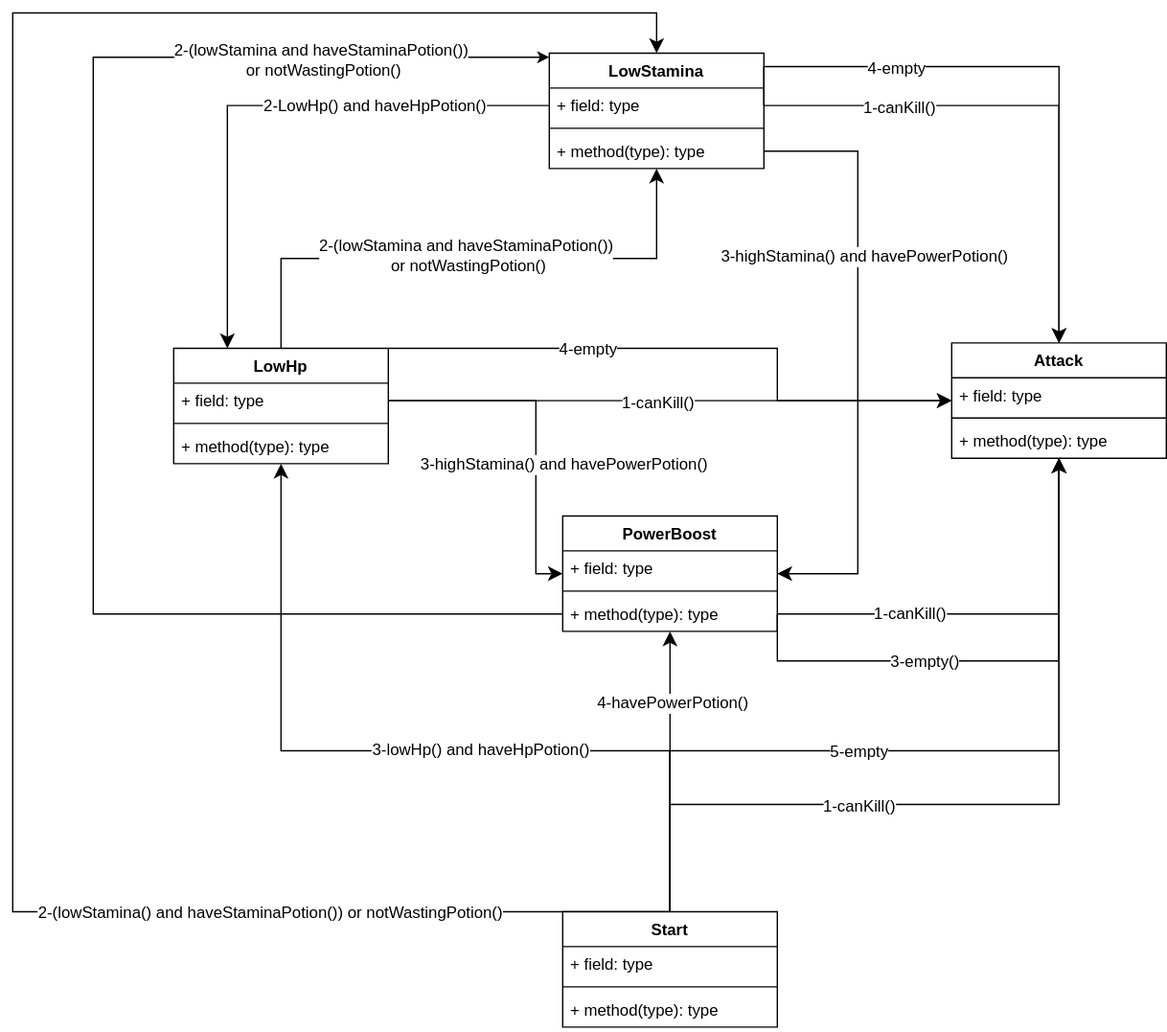
This is Umls/fsm.drawio.svg from amir-samiee/iustz, a draw.io export, as it was before one commit. Source tidied: cells renumbered, new cells last; positions are measured from the earlier drawing's top-left corner, leaving out a move shared by most shapes.
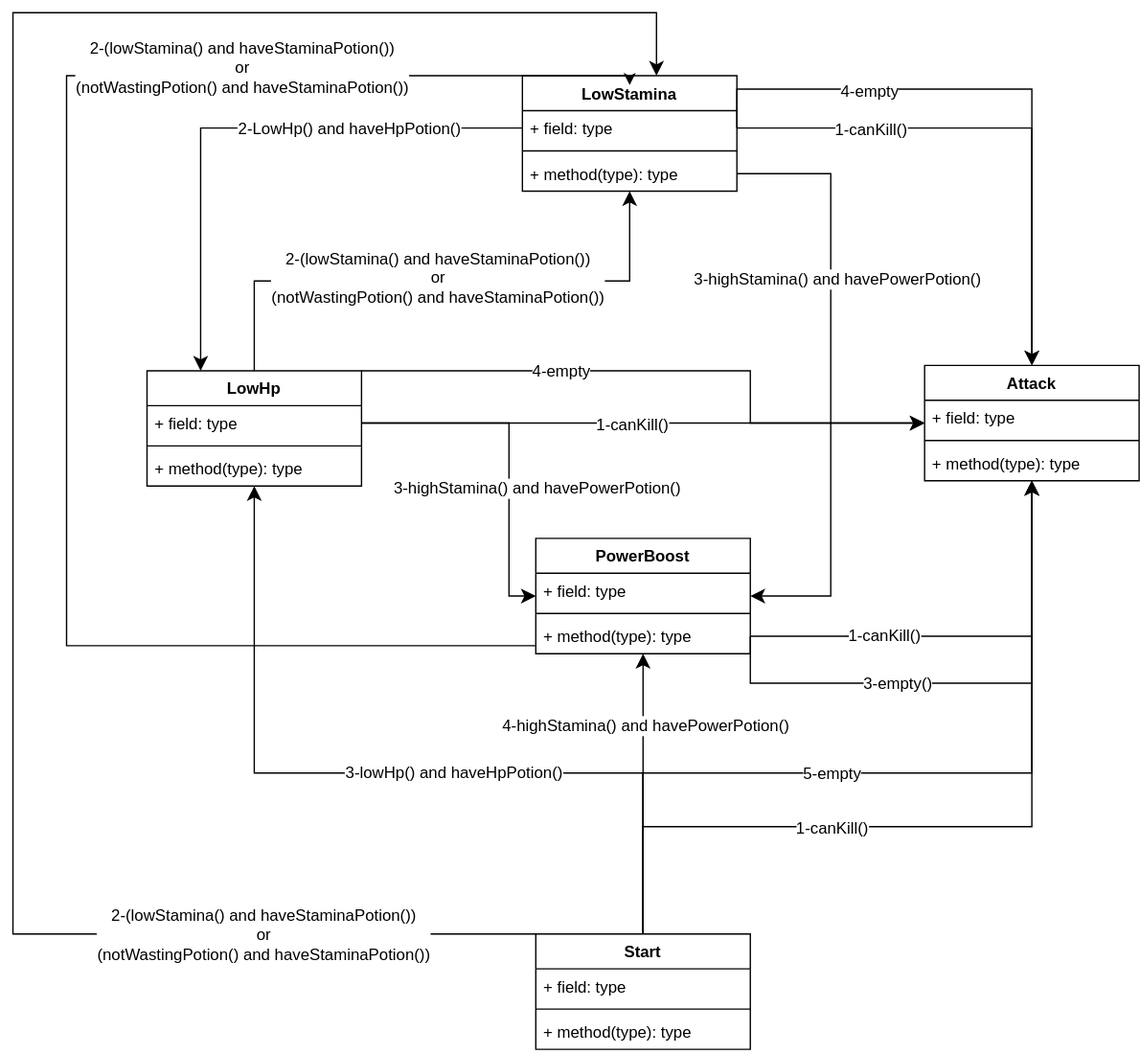
The same diagram one commit later.

Commit message:
minor change fsm uml

Change to the diagram source:
```diff
@@ -5,7 +5,7 @@
     <mxCell id="2" style="edgeStyle=orthogonalEdgeStyle;rounded=0;jettySize=auto;html=1;exitX=0.5;exitY=0;exitDx=0;exitDy=0;fontSize=12;startSize=8;endSize=8;" parent="1" edge="1" source="6" target="18">
       <mxGeometry relative="1" as="geometry" />
     </mxCell>
-    <mxCell id="3" value="2-(lowStamina and haveStaminaPotion())&lt;div&gt;&amp;nbsp;or notWastingPotion()&lt;br&gt;&lt;/div&gt;" style="edgeLabel;html=1;align=center;verticalAlign=middle;fontSize=12;" parent="2" vertex="1">
+    <mxCell id="3" value="&lt;div&gt;2-(lowStamina() and haveStaminaPotion())&lt;br&gt;or&lt;/div&gt;&lt;div&gt;(notWastingPotion() and haveStaminaPotion())&lt;br&gt;&lt;/div&gt;" style="edgeLabel;html=1;align=center;verticalAlign=middle;fontSize=12;" parent="2" vertex="1">
       <mxGeometry x="0.06" y="4" relative="1" as="geometry">
         <mxPoint x="-16" y="1" as="offset" />
       </mxGeometry>
@@ -72,7 +72,7 @@
     <mxCell id="22" style="edgeStyle=orthogonalEdgeStyle;rounded=0;jettySize=auto;html=1;exitX=0.5;exitY=0;exitDx=0;exitDy=0;fontSize=12;startSize=8;endSize=8;" parent="1" edge="1" source="32" target="10">
       <mxGeometry relative="1" as="geometry" />
     </mxCell>
-    <mxCell id="23" value="4-havePowerPotion()" style="edgeLabel;html=1;align=center;verticalAlign=middle;fontSize=12;" parent="22" vertex="1">
+    <mxCell id="23" value="4-highStamina() and havePowerPotion()" style="edgeLabel;html=1;align=center;verticalAlign=middle;fontSize=12;" parent="22" vertex="1">
       <mxGeometry x="0.49" y="-1" relative="1" as="geometry" />
     </mxCell>
     <mxCell id="24" style="edgeStyle=orthogonalEdgeStyle;rounded=0;jettySize=auto;html=1;exitX=0.5;exitY=0;exitDx=0;exitDy=0;fontSize=12;startSize=8;endSize=8;" parent="1" edge="1" source="32" target="6">
@@ -110,16 +110,18 @@
     <mxCell id="29" value="1-canKill()" style="edgeLabel;html=1;align=center;verticalAlign=middle;fontSize=12;" parent="28" vertex="1">
       <mxGeometry x="-0.3" y="-1" relative="1" as="geometry" />
     </mxCell>
-    <mxCell id="30" style="edgeStyle=orthogonalEdgeStyle;rounded=0;jettySize=auto;html=1;exitX=0.5;exitY=0;exitDx=0;exitDy=0;fontSize=12;startSize=8;endSize=8;" parent="1" edge="1" source="32" target="18">
+    <mxCell id="30" style="edgeStyle=orthogonalEdgeStyle;rounded=0;orthogonalLoop=1;jettySize=auto;html=1;exitX=0.5;exitY=0;exitDx=0;exitDy=0;fontSize=12;startSize=8;endSize=8;" parent="1" edge="1">
       <mxGeometry relative="1" as="geometry">
+        <mxPoint x="510" y="670" as="sourcePoint" />
+        <mxPoint x="500" y="30" as="targetPoint" />
         <Array as="points">
-          <mxPoint y="670" />
-          <mxPoint />
-          <mxPoint x="480" />
+          <mxPoint x="20" y="670" />
+          <mxPoint x="20" y="-17" />
+          <mxPoint x="500" y="-17" />
         </Array>
       </mxGeometry>
     </mxCell>
-    <mxCell id="31" value="2-(lowStamina() and haveStaminaPotion()) or notWastingPotion()" style="edgeLabel;html=1;align=center;verticalAlign=middle;fontSize=12;" parent="30" vertex="1">
+    <mxCell id="31" value="2-(lowStamina() and haveStaminaPotion()) &lt;br&gt;or&lt;div&gt;(notWastingPotion() and haveStaminaPotion())&lt;/div&gt;" style="edgeLabel;html=1;align=center;verticalAlign=middle;fontSize=12;" parent="30" vertex="1">
       <mxGeometry x="-0.73" y="-3" relative="1" as="geometry">
         <mxPoint x="-73" y="3" as="offset" />
       </mxGeometry>
@@ -214,16 +216,21 @@
     <mxCell id="51" value="&lt;span style=&quot;font-size: 12px;&quot;&gt;1-canKill()&lt;/span&gt;" style="edgeLabel;html=1;align=center;verticalAlign=middle;" parent="50" vertex="1">
       <mxGeometry x="-0.39" y="1" relative="1" as="geometry" />
     </mxCell>
-    <mxCell id="52" style="edgeStyle=orthogonalEdgeStyle;rounded=0;jettySize=auto;html=1;exitX=0;exitY=0.5;exitDx=0;exitDy=0;" parent="1" edge="1" source="13" target="18">
+    <mxCell id="52" style="edgeStyle=orthogonalEdgeStyle;rounded=0;orthogonalLoop=1;jettySize=auto;html=1;exitX=0;exitY=0.5;exitDx=0;exitDy=0;" parent="1" edge="1">
       <mxGeometry relative="1" as="geometry">
+        <mxPoint x="410" y="455" as="sourcePoint" />
+        <mxPoint x="480" y="37" as="targetPoint" />
         <Array as="points">
-          <mxPoint x="60" y="448" />
-          <mxPoint x="60" y="33" />
+          <mxPoint x="60" y="455" />
+          <mxPoint x="60" y="30" />
+          <mxPoint x="480" y="30" />
         </Array>
       </mxGeometry>
     </mxCell>
-    <mxCell id="53" value="&lt;span style=&quot;font-size: 12px;&quot;&gt;2-(lowStamina and haveStaminaPotion())&lt;/span&gt;&lt;div style=&quot;font-size: 12px;&quot;&gt;&amp;nbsp;or notWastingPotion()&lt;/div&gt;" style="edgeLabel;html=1;align=center;verticalAlign=middle;" parent="52" vertex="1">
-      <mxGeometry x="0.69" y="-1" relative="1" as="geometry" />
+    <mxCell id="53" value="&lt;span style=&quot;font-size: 12px;&quot;&gt;2-(lowStamina() and haveStaminaPotion())&lt;/span&gt;&lt;br style=&quot;font-size: 12px;&quot;&gt;&lt;span style=&quot;font-size: 12px;&quot;&gt;or&lt;/span&gt;&lt;div style=&quot;font-size: 12px;&quot;&gt;(notWastingPotion() and haveStaminaPotion())&lt;/div&gt;" style="edgeLabel;html=1;align=center;verticalAlign=middle;" parent="52" vertex="1">
+      <mxGeometry x="0.69" y="-1" relative="1" as="geometry">
+        <mxPoint x="-112" y="-8" as="offset" />
+      </mxGeometry>
     </mxCell>
   </root>
 </mxGraphModel>
```
